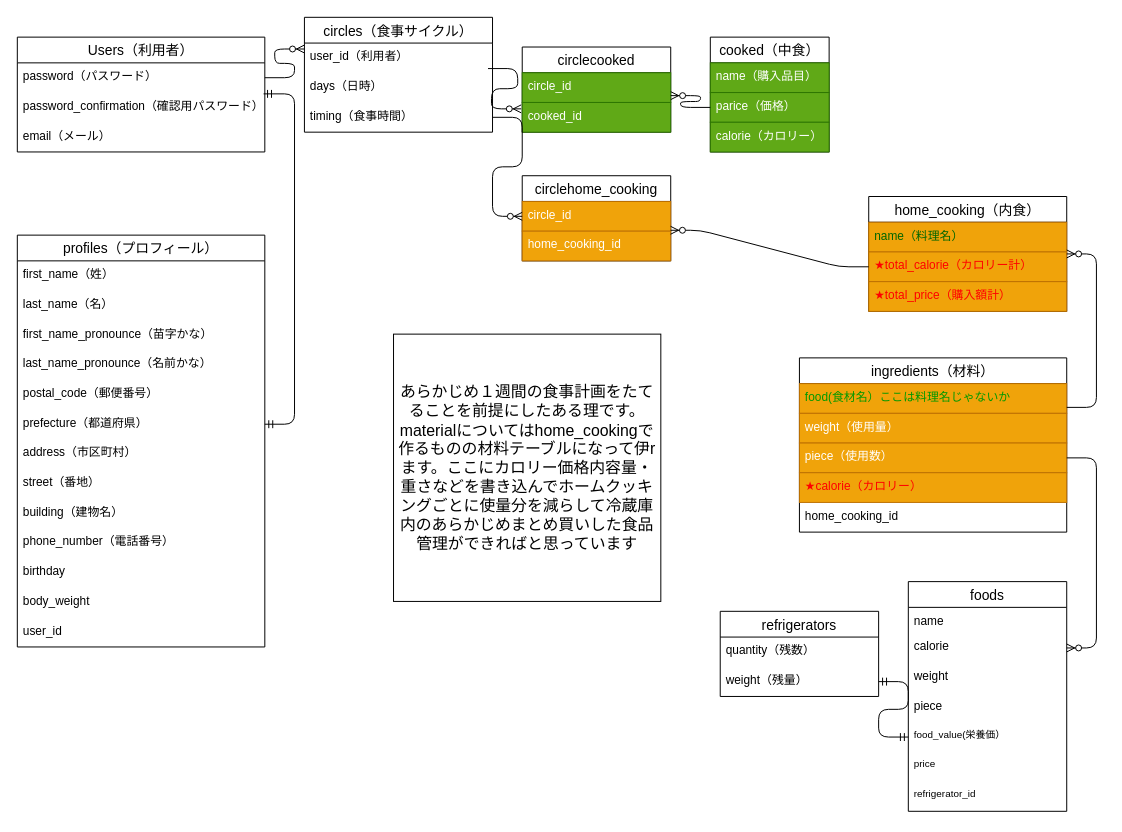
This is sample.dio from takuo-maeda/calculate_calorie_app, a draw.io file, before an edit. Source tidied: cells renumbered, new cells numbered last; positions are measured from the earlier drawing's top-left corner, leaving out a move shared by most shapes. Both pictures are drawn from the tidied source at 99%, with x=0, y=0 at pixel (17, 17).
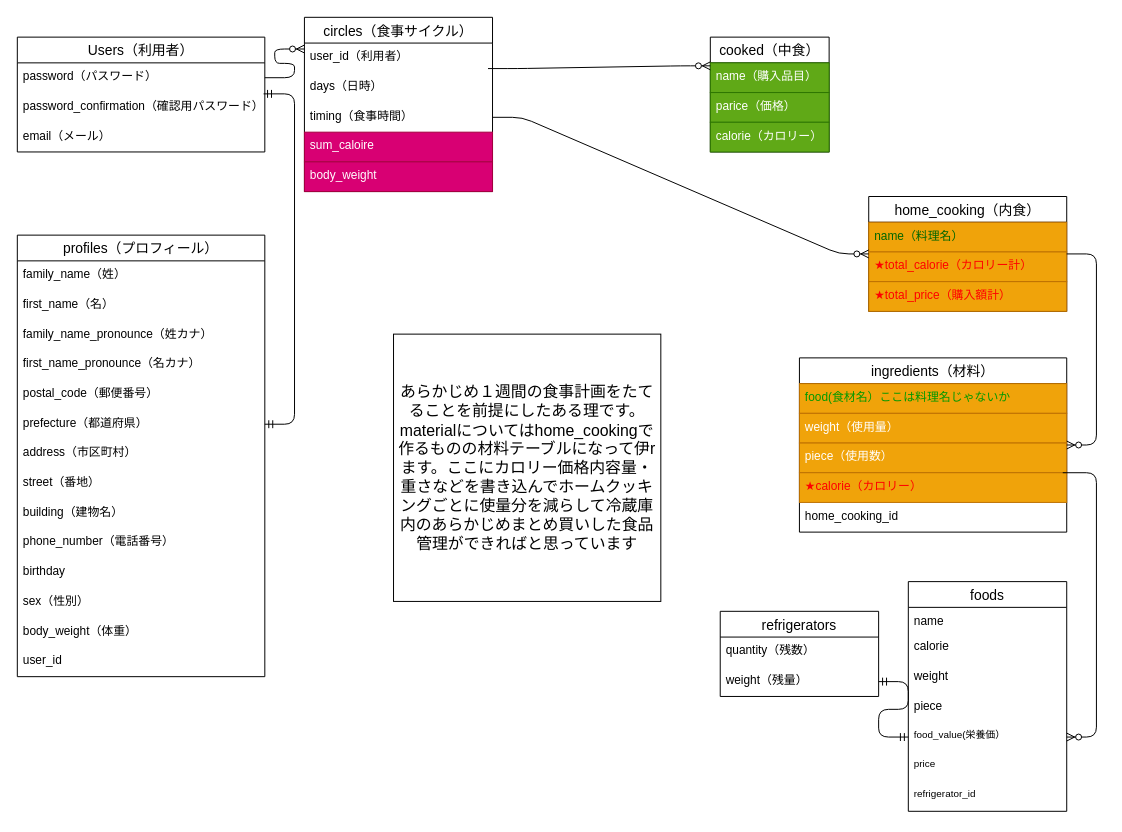
After the change.

Commit message (it also covers changes not shown here):
circle-view

The change refers to these unchanged cells:
```xml
<mxCell id="8" value="days（日時）" style="text;strokeColor=none;fillColor=none;spacingLeft=4;spacingRight=4;overflow=hidden;points=[[0,0.5],[1,0.5]];portConstraint=eastwest;fontSize=12;" parent="6" vertex="1">
  <mxGeometry y="56" width="190" height="30" as="geometry" />
</mxCell>
<mxCell id="9" value="timing（食事時間）" style="text;strokeColor=none;fillColor=none;spacingLeft=4;spacingRight=4;overflow=hidden;points=[[0,0.5],[1,0.5]];portConstraint=eastwest;fontSize=12;" parent="6" vertex="1">
  <mxGeometry y="86" width="190" height="30" as="geometry" />
</mxCell>
<mxCell id="10" value="cooked（中食）" style="swimlane;fontStyle=0;horizontal=1;startSize=26;align=center;fontSize=14;" parent="1" vertex="1">
  <mxGeometry x="700" y="20" width="120" height="116" as="geometry" />
</mxCell>
<mxCell id="12" value="parice（価格）" style="text;strokeColor=#2D7600;fillColor=#60a917;spacingLeft=4;spacingRight=4;overflow=hidden;points=[[0,0.5],[1,0.5]];portConstraint=eastwest;fontSize=12;fontColor=#ffffff;" parent="10" vertex="1">
  <mxGeometry y="56" width="120" height="30" as="geometry" />
</mxCell>
<mxCell id="14" value="home_cooking（内食）" style="swimlane;fontStyle=0;horizontal=1;startSize=26;align=center;fontSize=14;" parent="1" vertex="1">
  <mxGeometry x="860" y="181" width="200" height="116" as="geometry" />
</mxCell>
<mxCell id="16" value="★total_calorie（カロリー計）" style="text;strokeColor=#BD7000;fillColor=#f0a30a;spacingLeft=4;spacingRight=4;overflow=hidden;points=[[0,0.5],[1,0.5]];portConstraint=eastwest;fontSize=12;fontColor=#FF0000;" parent="14" vertex="1">
  <mxGeometry y="56" width="200" height="30" as="geometry" />
</mxCell>
<mxCell id="34" value="ingredients（材料）" style="swimlane;fontStyle=0;horizontal=1;startSize=26;align=center;fontSize=14;" parent="1" vertex="1">
  <mxGeometry x="790" y="344" width="270" height="176" as="geometry" />
</mxCell>
<mxCell id="35" value="food(食材名）ここは料理名じゃないか" style="text;strokeColor=#BD7000;fillColor=#f0a30a;spacingLeft=4;spacingRight=4;overflow=hidden;points=[[0,0.5],[1,0.5]];portConstraint=eastwest;fontSize=12;fontColor=#009900;" parent="34" vertex="1">
  <mxGeometry y="26" width="270" height="30" as="geometry" />
</mxCell>
<mxCell id="37" value="piece（使用数）" style="text;strokeColor=#BD7000;fillColor=#f0a30a;spacingLeft=4;spacingRight=4;overflow=hidden;points=[[0,0.5],[1,0.5]];portConstraint=eastwest;fontSize=12;fontColor=#ffffff;" parent="34" vertex="1">
  <mxGeometry y="86" width="270" height="30" as="geometry" />
</mxCell>
<mxCell id="52" value="foods" style="swimlane;fontStyle=0;horizontal=1;startSize=26;align=center;fontSize=14;" parent="1" vertex="1">
  <mxGeometry x="900" y="570" width="160" height="232" as="geometry" />
</mxCell>
<mxCell id="54" value="calorie" style="text;strokeColor=none;fillColor=none;spacingLeft=4;spacingRight=4;overflow=hidden;points=[[0,0.5],[1,0.5]];portConstraint=eastwest;fontSize=12;" parent="52" vertex="1">
  <mxGeometry y="52" width="160" height="30" as="geometry" />
</mxCell>
<mxCell id="57" value="food_value(栄養価）" style="text;strokeColor=none;fillColor=none;spacingLeft=4;spacingRight=4;overflow=hidden;points=[[0,0.5],[1,0.5]];portConstraint=eastwest;fontSize=10;" parent="52" vertex="1">
  <mxGeometry y="142" width="160" height="30" as="geometry" />
</mxCell>
```

Diff of the diagram source:
```diff
@@
     <mxCell id="6" value="circles（食事サイクル）" style="swimlane;fontStyle=0;horizontal=1;startSize=26;align=center;fontSize=14;" parent="1" vertex="1">
-      <mxGeometry x="290" width="190" height="116" as="geometry" />
+      <mxGeometry x="290" width="190" height="176" as="geometry" />
     </mxCell>
@@
+    <mxCell id="65" value="sum_caloire" style="text;strokeColor=#A50040;fillColor=#d80073;spacingLeft=4;spacingRight=4;overflow=hidden;fontSize=12;fontColor=#ffffff;" parent="6" vertex="1">
+      <mxGeometry y="116" width="190" height="30" as="geometry" />
+    </mxCell>
+    <mxCell id="66" value="body_weight" style="text;strokeColor=#A50040;fillColor=#d80073;spacingLeft=4;spacingRight=4;overflow=hidden;fontSize=12;fontColor=#ffffff;" parent="6" vertex="1">
+      <mxGeometry y="146" width="190" height="30" as="geometry" />
+    </mxCell>
@@
     <mxCell id="19" value="profiles（プロフィール）" style="swimlane;fontStyle=0;horizontal=1;startSize=26;align=center;fontSize=14;" parent="1" vertex="1">
-      <mxGeometry y="220" width="250" height="416" as="geometry" />
+      <mxGeometry y="220" width="250" height="446" as="geometry" />
     </mxCell>
-    <mxCell id="20" value="first_name（姓）" style="text;strokeColor=none;fillColor=none;spacingLeft=4;spacingRight=4;overflow=hidden;fontSize=12;" parent="19" vertex="1">
+    <mxCell id="20" value="family_name（姓）" style="text;strokeColor=none;fillColor=none;spacingLeft=4;spacingRight=4;overflow=hidden;fontSize=12;" parent="19" vertex="1">
       <mxGeometry y="26" width="250" height="30" as="geometry" />
     </mxCell>
-    <mxCell id="21" value="last_name（名）" style="text;strokeColor=none;fillColor=none;spacingLeft=4;spacingRight=4;overflow=hidden;fontSize=12;" parent="19" vertex="1">
+    <mxCell id="21" value="first_name（名）" style="text;strokeColor=none;fillColor=none;spacingLeft=4;spacingRight=4;overflow=hidden;fontSize=12;" parent="19" vertex="1">
       <mxGeometry y="56" width="250" height="30" as="geometry" />
     </mxCell>
-    <mxCell id="22" value="first_name_pronounce（苗字かな）" style="text;strokeColor=none;fillColor=none;spacingLeft=4;spacingRight=4;overflow=hidden;fontSize=12;" parent="19" vertex="1">
+    <mxCell id="22" value="family_name_pronounce（姓カナ）" style="text;strokeColor=none;fillColor=none;spacingLeft=4;spacingRight=4;overflow=hidden;fontSize=12;" parent="19" vertex="1">
       <mxGeometry y="86" width="250" height="30" as="geometry" />
     </mxCell>
-    <mxCell id="23" value="last_name_pronounce（名前かな）" style="text;strokeColor=none;fillColor=none;spacingLeft=4;spacingRight=4;overflow=hidden;fontSize=12;" parent="19" vertex="1">
+    <mxCell id="23" value="first_name_pronounce（名カナ）" style="text;strokeColor=none;fillColor=none;spacingLeft=4;spacingRight=4;overflow=hidden;fontSize=12;" parent="19" vertex="1">
       <mxGeometry y="116" width="250" height="30" as="geometry" />
     </mxCell>
@@
+    <mxCell id="67" value="sex（性別）" style="text;strokeColor=none;fillColor=none;spacingLeft=4;spacingRight=4;overflow=hidden;fontSize=12;" parent="19" vertex="1">
+      <mxGeometry y="356" width="250" height="30" as="geometry" />
+    </mxCell>
-    <mxCell id="31" value="body_weight" style="text;strokeColor=none;fillColor=none;spacingLeft=4;spacingRight=4;overflow=hidden;fontSize=12;" parent="19" vertex="1">
-      <mxGeometry y="356" width="250" height="30" as="geometry" />
+    <mxCell id="31" value="body_weight（体重）" style="text;strokeColor=none;fillColor=none;spacingLeft=4;spacingRight=4;overflow=hidden;fontSize=12;" parent="19" vertex="1">
+      <mxGeometry y="386" width="250" height="30" as="geometry" />
     </mxCell>
     <mxCell id="32" value="user_id" style="text;strokeColor=none;fillColor=none;spacingLeft=4;spacingRight=4;overflow=hidden;fontSize=12;" parent="19" vertex="1">
-      <mxGeometry y="386" width="250" height="30" as="geometry" />
+      <mxGeometry y="416" width="250" height="30" as="geometry" />
     </mxCell>
@@
-    <mxCell id="40" value="circlecooked" style="swimlane;fontStyle=0;horizontal=1;startSize=26;align=center;fontSize=14;" parent="1" vertex="1">
-      <mxGeometry x="510" y="30" width="150" height="86" as="geometry" />
-    </mxCell>
-    <mxCell id="41" value="circle_id" style="text;strokeColor=#2D7600;fillColor=#60a917;spacingLeft=4;spacingRight=4;overflow=hidden;points=[[0,0.5],[1,0.5]];portConstraint=eastwest;fontSize=12;fontColor=#ffffff;" parent="40" vertex="1">
-      <mxGeometry y="26" width="150" height="30" as="geometry" />
-    </mxCell>
-    <mxCell id="42" value="cooked_id" style="text;strokeColor=#2D7600;fillColor=#60a917;spacingLeft=4;spacingRight=4;overflow=hidden;points=[[0,0.5],[1,0.5]];portConstraint=eastwest;fontSize=12;fontColor=#ffffff;" parent="40" vertex="1">
-      <mxGeometry y="56" width="150" height="30" as="geometry" />
-    </mxCell>
-    <mxCell id="43" style="edgeStyle=entityRelationEdgeStyle;fontSize=12;html=1;endArrow=ERzeroToMany;endFill=1;entryX=1;entryY=0.77;entryDx=0;entryDy=0;entryPerimeter=0;exitX=0;exitY=0.5;exitDx=0;exitDy=0;" parent="1" edge="1" source="12" target="41">
-      <mxGeometry relative="1" as="geometry" />
-    </mxCell>
-    <mxCell id="44" style="edgeStyle=entityRelationEdgeStyle;fontSize=12;html=1;endArrow=ERzeroToMany;endFill=1;entryX=-0.007;entryY=0.215;entryDx=0;entryDy=0;entryPerimeter=0;exitX=0.976;exitY=-0.141;exitDx=0;exitDy=0;exitPerimeter=0;" parent="1" edge="1" source="8" target="42">
+    <mxCell id="44" style="edgeStyle=entityRelationEdgeStyle;fontSize=12;html=1;endArrow=ERzeroToMany;endFill=1;entryX=0;entryY=0.25;entryDx=0;entryDy=0;exitX=0.976;exitY=-0.141;exitDx=0;exitDy=0;exitPerimeter=0;" parent="1" edge="1" source="8" target="10">
       <mxGeometry relative="1" as="geometry" />
     </mxCell>
@@
-    <mxCell id="46" value="circlehome_cooking" style="swimlane;fontStyle=0;horizontal=1;startSize=26;align=center;fontSize=14;" parent="1" vertex="1">
-      <mxGeometry x="510" y="160" width="150" height="86" as="geometry" />
-    </mxCell>
-    <mxCell id="47" value="circle_id" style="text;strokeColor=#BD7000;fillColor=#f0a30a;spacingLeft=4;spacingRight=4;overflow=hidden;points=[[0,0.5],[1,0.5]];portConstraint=eastwest;fontSize=12;fontColor=#ffffff;" parent="46" vertex="1">
-      <mxGeometry y="26" width="150" height="30" as="geometry" />
-    </mxCell>
-    <mxCell id="48" value="home_cooking_id" style="text;strokeColor=#BD7000;fillColor=#f0a30a;spacingLeft=4;spacingRight=4;overflow=hidden;points=[[0,0.5],[1,0.5]];portConstraint=eastwest;fontSize=12;fontColor=#ffffff;" parent="46" vertex="1">
-      <mxGeometry y="56" width="150" height="30" as="geometry" />
-    </mxCell>
-    <mxCell id="49" style="edgeStyle=entityRelationEdgeStyle;fontSize=12;html=1;endArrow=ERzeroToMany;endFill=1;entryX=0.999;entryY=-0.03;entryDx=0;entryDy=0;entryPerimeter=0;exitX=0;exitY=0.5;exitDx=0;exitDy=0;" parent="1" edge="1" source="16" target="48">
-      <mxGeometry relative="1" as="geometry" />
-    </mxCell>
-    <mxCell id="50" style="edgeStyle=entityRelationEdgeStyle;fontSize=12;html=1;endArrow=ERzeroToMany;endFill=1;exitX=1;exitY=0.5;exitDx=0;exitDy=0;entryX=0;entryY=0.5;entryDx=0;entryDy=0;" parent="1" edge="1" source="9" target="47">
+    <mxCell id="50" style="edgeStyle=entityRelationEdgeStyle;fontSize=12;html=1;endArrow=ERzeroToMany;endFill=1;exitX=1;exitY=0.5;exitDx=0;exitDy=0;entryX=0;entryY=0.5;entryDx=0;entryDy=0;" parent="1" edge="1" source="9" target="14">
       <mxGeometry relative="1" as="geometry" />
     </mxCell>
-    <mxCell id="51" style="edgeStyle=entityRelationEdgeStyle;fontSize=12;html=1;endArrow=ERzeroToMany;endFill=1;entryX=1;entryY=0.5;entryDx=0;entryDy=0;exitX=1;exitY=0.8;exitDx=0;exitDy=0;exitPerimeter=0;" parent="1" edge="1" source="35" target="14">
-      <mxGeometry relative="1" as="geometry" />
-    </mxCell>
@@
+    <mxCell id="63" style="edgeStyle=entityRelationEdgeStyle;fontSize=12;html=1;endArrow=ERzeroToMany;endFill=1;" parent="52" edge="1" target="57">
+      <mxGeometry relative="1" as="geometry">
+        <mxPoint x="156" y="-110" as="sourcePoint" />
+      </mxGeometry>
+    </mxCell>
@@
-    <mxCell id="63" style="edgeStyle=entityRelationEdgeStyle;fontSize=12;html=1;endArrow=ERzeroToMany;endFill=1;entryX=1;entryY=0.5;entryDx=0;entryDy=0;exitX=1;exitY=0.5;exitDx=0;exitDy=0;" parent="1" edge="1" source="37" target="54">
-      <mxGeometry relative="1" as="geometry" />
-    </mxCell>
@@
+    <mxCell id="51" style="edgeStyle=entityRelationEdgeStyle;fontSize=12;html=1;endArrow=ERzeroToMany;endFill=1;entryX=1;entryY=0.5;entryDx=0;entryDy=0;exitX=1;exitY=0.5;exitDx=0;exitDy=0;" parent="1" edge="1" source="14" target="34">
+      <mxGeometry relative="1" as="geometry" />
+    </mxCell>
```
